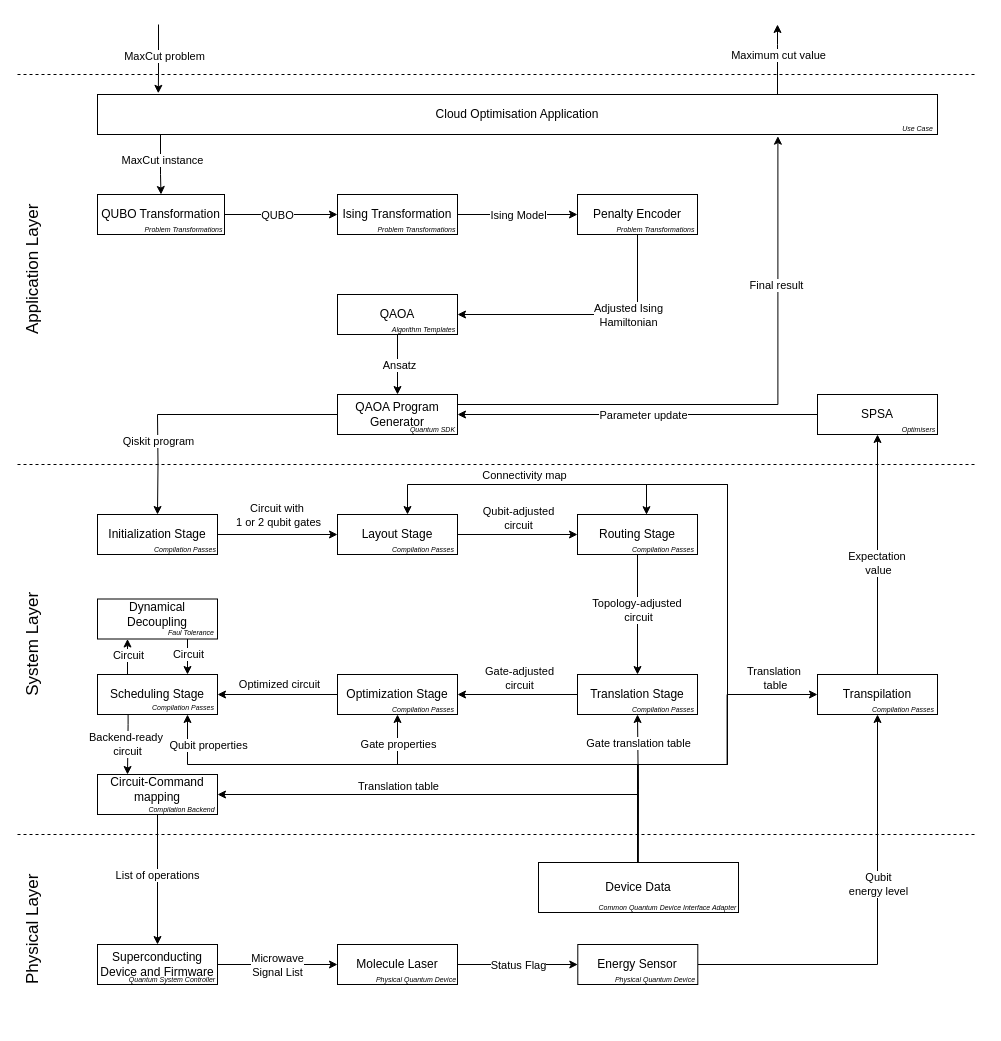
The draw.io diagram page "scenario2" (2 of 4) of docs/scenario-based-analysis/images/scenarios.drawio in FullStaQD/architecture, before the edit. Source tidied: cells renumbered, new cells numbered last; positions are measured from the earlier drawing's top-left corner, leaving out a move shared by most shapes. Both pictures are drawn from the tidied source at 100%, with x=0, y=0 at pixel (-53, 24).
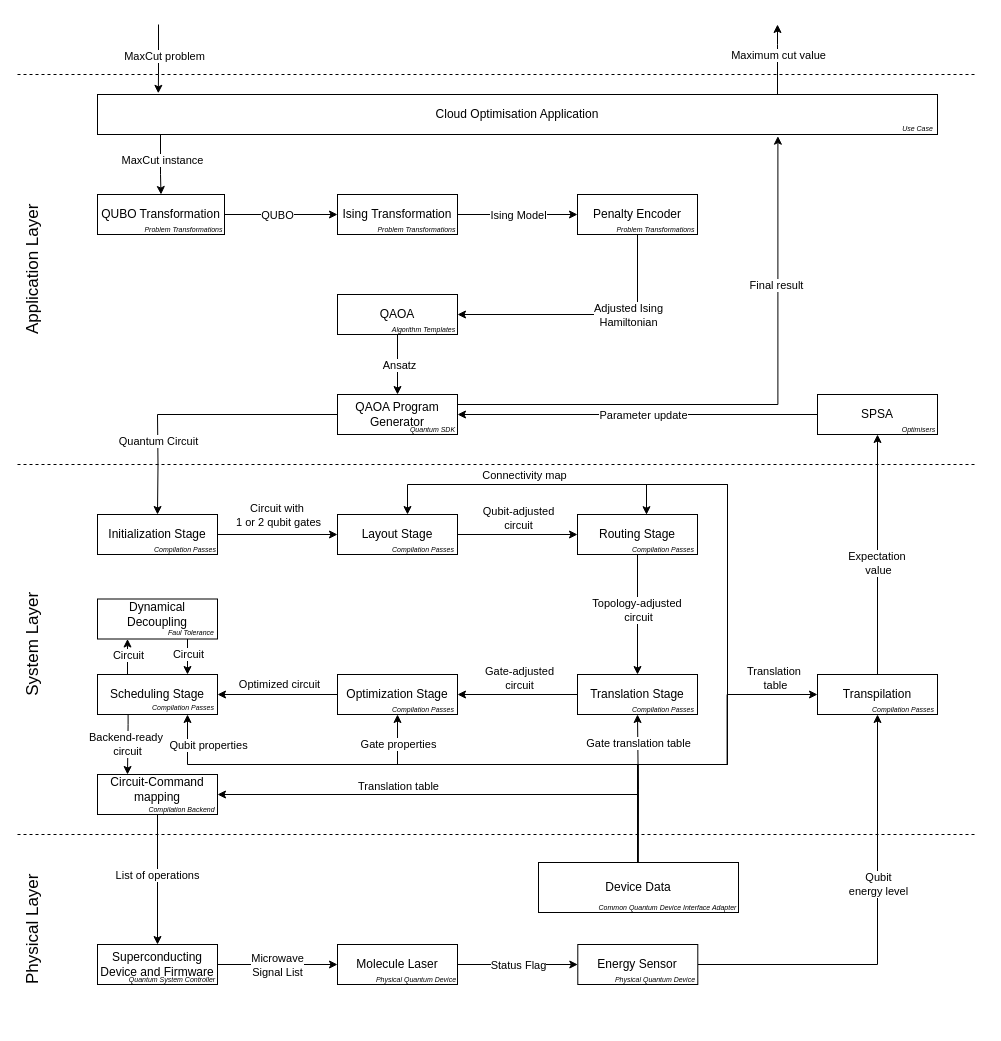
The same diagram, later.

Commit message (it also covers changes not shown here):
updated program to circuit

The change refers to these unchanged cells:
```xml
<mxCell id="21" style="edgeStyle=orthogonalEdgeStyle;rounded=0;jettySize=auto;html=1;entryX=0.5;entryY=0;entryDx=0;entryDy=0;" parent="1" edge="1" target="31">
  <mxGeometry relative="1" as="geometry">
    <mxPoint x="210" y="390" as="sourcePoint" />
  </mxGeometry>
</mxCell>
```

Diff of the diagram source:
```diff
@@
-    <mxCell id="22" value="Qiskit program" style="edgeLabel;html=1;align=center;verticalAlign=middle;" parent="21" vertex="1">
+    <mxCell id="22" value="Quantum Circuit" style="edgeLabel;html=1;align=center;verticalAlign=middle;" parent="21" vertex="1">
       <mxGeometry x="0.1" y="1" relative="1" as="geometry">
         <mxPoint x="-1" y="-28" as="offset" />
       </mxGeometry>
     </mxCell>
```
